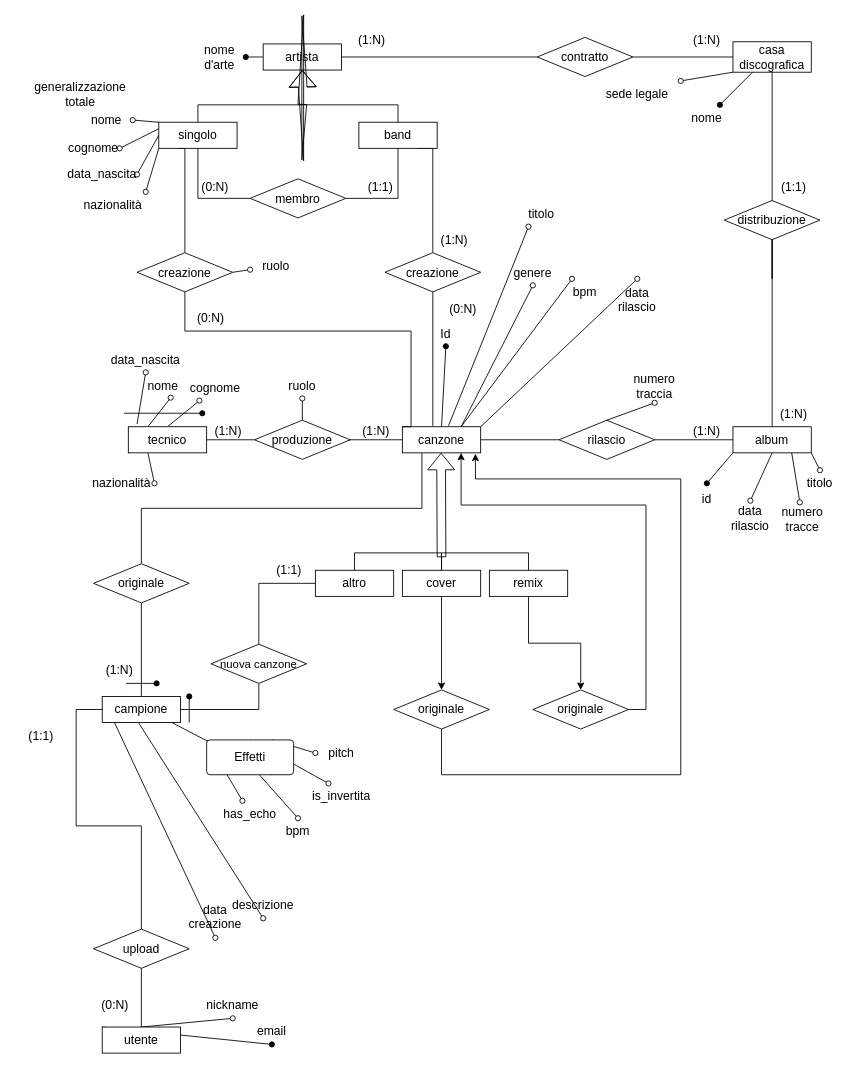
Before: diagramma er v2.drawio in Stef4noo/materiale-progetto-basi, a draw.io diagram. Source tidied: cells renumbered, new cells numbered last; positions are measured from the earlier drawing's top-left corner, leaving out a move shared by most shapes. Both pictures are drawn from the tidied source at 87%, with x=0, y=0 at pixel (15, 26).
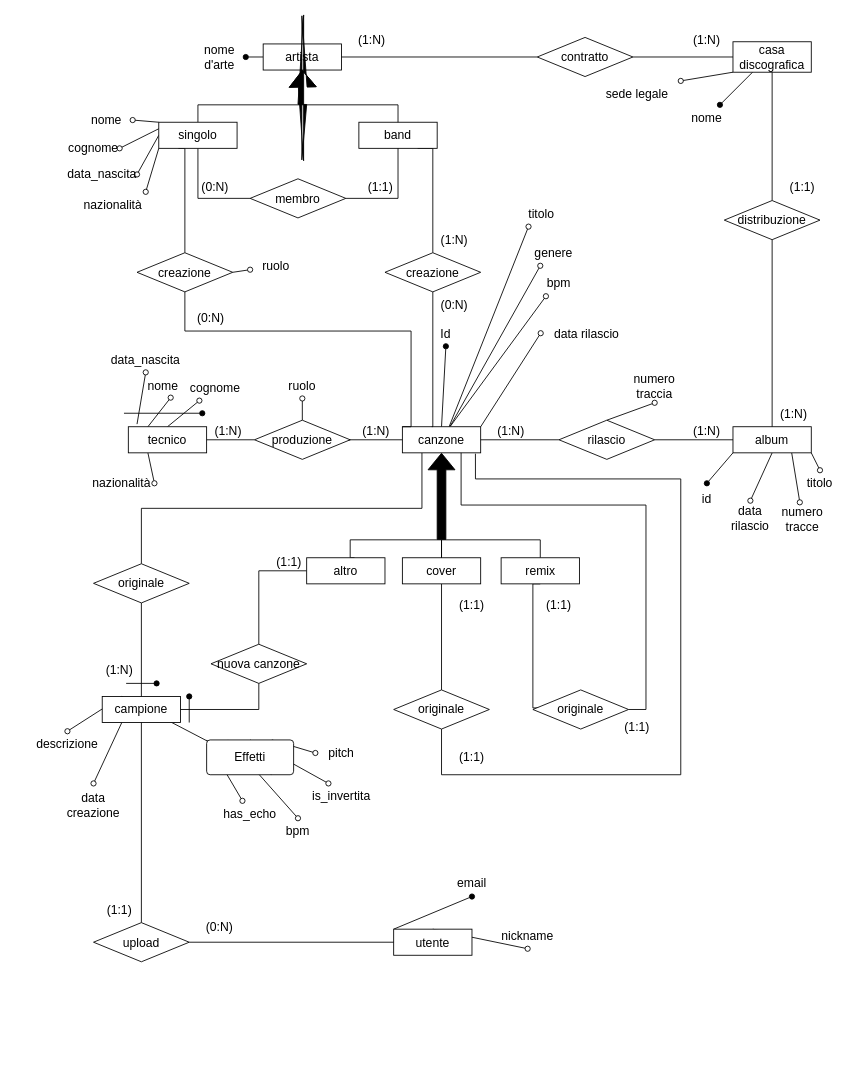
Above is the later version.

Unchanged cells that the change refers to:
```xml
<mxCell id="8" value="canzone" style="whiteSpace=wrap;html=1;align=center;labelBackgroundColor=none;fontSize=14;" parent="1" vertex="1">
  <mxGeometry x="445" y="460" width="90" height="30" as="geometry" />
</mxCell>
<mxCell id="17" value="campione" style="whiteSpace=wrap;html=1;align=center;labelBackgroundColor=none;fontSize=14;" parent="1" vertex="1">
  <mxGeometry x="100" y="770" width="90" height="30" as="geometry" />
</mxCell>
<mxCell id="61" value="casa discografica" style="whiteSpace=wrap;html=1;align=center;labelBackgroundColor=none;fontSize=14;" parent="1" vertex="1">
  <mxGeometry x="825" y="17.5" width="90" height="35" as="geometry" />
</mxCell>
<mxCell id="66" value="distribuzione" style="shape=rhombus;perimeter=rhombusPerimeter;whiteSpace=wrap;html=1;align=center;labelBackgroundColor=none;fontSize=14;" parent="1" vertex="1">
  <mxGeometry x="815" y="200" width="110" height="45" as="geometry" />
</mxCell>
<mxCell id="95" value="titolo" style="text;html=1;whiteSpace=wrap;strokeColor=none;fillColor=none;align=center;verticalAlign=middle;rounded=0;fontSize=14;" parent="1" vertex="1">
  <mxGeometry x="575" y="200" width="60" height="30" as="geometry" />
</mxCell>
<mxCell id="122" value="creazione" style="shape=rhombus;perimeter=rhombusPerimeter;whiteSpace=wrap;html=1;align=center;labelBackgroundColor=none;fontSize=14;" parent="1" vertex="1">
  <mxGeometry x="425" y="260" width="110" height="45" as="geometry" />
</mxCell>
<mxCell id="135" value="originale" style="shape=rhombus;perimeter=rhombusPerimeter;whiteSpace=wrap;html=1;align=center;labelBackgroundColor=none;fontSize=14;" parent="1" vertex="1">
  <mxGeometry x="435" y="762.5" width="110" height="45" as="geometry" />
</mxCell>
<mxCell id="137" value="originale" style="shape=rhombus;perimeter=rhombusPerimeter;whiteSpace=wrap;html=1;align=center;labelBackgroundColor=none;fontSize=14;" parent="1" vertex="1">
  <mxGeometry x="595" y="762.5" width="110" height="45" as="geometry" />
</mxCell>
```

Diff of the diagram source:
```diff
@@
-    <mxCell id="3" style="rounded=0;jettySize=auto;html=1;exitX=1;exitY=0;exitDx=0;exitDy=0;entryX=0.5;entryY=0;entryDx=0;entryDy=0;endArrow=oval;endFill=0;fontSize=14;" parent="1" edge="1" source="8" target="93">
+    <mxCell id="3" style="rounded=0;jettySize=auto;html=1;exitX=1;exitY=0;exitDx=0;exitDy=0;entryX=0;entryY=0.5;entryDx=0;entryDy=0;endArrow=oval;endFill=0;fontSize=14;" parent="1" edge="1" source="8" target="93">
       <mxGeometry relative="1" as="geometry" />
     </mxCell>
-    <mxCell id="4" style="rounded=0;jettySize=auto;html=1;exitX=0.75;exitY=0;exitDx=0;exitDy=0;endArrow=oval;endFill=0;entryX=0.5;entryY=1;entryDx=0;entryDy=0;fontSize=14;" parent="1" edge="1" source="8" target="94">
+    <mxCell id="4" style="rounded=0;jettySize=auto;html=1;exitX=0.608;exitY=-0.007;exitDx=0;exitDy=0;endArrow=oval;endFill=0;entryX=0.25;entryY=1;entryDx=0;entryDy=0;fontSize=14;exitPerimeter=0;" parent="1" edge="1" source="8" target="94">
       <mxGeometry relative="1" as="geometry" />
     </mxCell>
-    <mxCell id="5" style="rounded=0;jettySize=auto;html=1;exitX=0.589;exitY=-0.033;exitDx=0;exitDy=0;endArrow=oval;endFill=0;entryX=0.25;entryY=1;entryDx=0;entryDy=0;exitPerimeter=0;fontSize=14;" parent="1" edge="1" source="8" target="95">
+    <mxCell id="5" style="rounded=0;jettySize=auto;html=1;exitX=0.597;exitY=0;exitDx=0;exitDy=0;endArrow=oval;endFill=0;entryX=0.25;entryY=1;entryDx=0;entryDy=0;exitPerimeter=0;fontSize=14;" parent="1" edge="1" source="8" target="95">
       <mxGeometry relative="1" as="geometry" />
     </mxCell>
-    <mxCell id="6" style="rounded=0;jettySize=auto;html=1;exitX=0.75;exitY=0;exitDx=0;exitDy=0;endArrow=oval;endFill=0;entryX=0.25;entryY=0;entryDx=0;entryDy=0;fontSize=14;" parent="1" edge="1" source="8" target="111">
+    <mxCell id="6" style="rounded=0;jettySize=auto;html=1;exitX=0.611;exitY=-0.011;exitDx=0;exitDy=0;endArrow=oval;endFill=0;entryX=0.25;entryY=1;entryDx=0;entryDy=0;fontSize=14;exitPerimeter=0;" parent="1" edge="1" source="8" target="111">
       <mxGeometry relative="1" as="geometry" />
     </mxCell>
@@
-    <mxCell id="15" style="rounded=0;jettySize=auto;html=1;exitX=0;exitY=0;exitDx=0;exitDy=0;entryX=0.5;entryY=1;entryDx=0;entryDy=0;endArrow=oval;endFill=0;fontSize=14;" parent="1" edge="1" source="17" target="101">
+    <mxCell id="15" style="rounded=0;jettySize=auto;html=1;exitX=0.25;exitY=1;exitDx=0;exitDy=0;entryX=0.5;entryY=0;entryDx=0;entryDy=0;endArrow=oval;endFill=0;fontSize=14;" parent="1" edge="1" source="17" target="101">
       <mxGeometry relative="1" as="geometry" />
     </mxCell>
-    <mxCell id="16" style="rounded=0;jettySize=auto;html=1;exitX=0.25;exitY=0;exitDx=0;exitDy=0;entryX=0.5;entryY=1;entryDx=0;entryDy=0;endArrow=oval;endFill=0;fontSize=14;" parent="1" edge="1" source="17" target="100">
+    <mxCell id="16" style="rounded=0;jettySize=auto;html=1;exitX=0.25;exitY=0;exitDx=0;exitDy=0;entryX=0.5;entryY=0;entryDx=0;entryDy=0;endArrow=oval;endFill=0;fontSize=14;" parent="1" edge="1" source="17" target="100">
       <mxGeometry relative="1" as="geometry" />
     </mxCell>
@@
-    <mxCell id="27" value="nuova canzone" style="shape=rhombus;perimeter=rhombusPerimeter;whiteSpace=wrap;html=1;align=center;labelBackgroundColor=none;fontSize=13;" parent="1" vertex="1">
+    <mxCell id="27" value="nuova canzone" style="shape=rhombus;perimeter=rhombusPerimeter;whiteSpace=wrap;html=1;align=center;labelBackgroundColor=none;fontSize=14;" parent="1" vertex="1">
       <mxGeometry x="225" y="710" width="110" height="45" as="geometry" />
     </mxCell>
@@
     <mxCell id="30" value="utente" style="whiteSpace=wrap;html=1;align=center;labelBackgroundColor=none;fontSize=14;" parent="1" vertex="1">
-      <mxGeometry x="100" y="1150" width="90" height="30" as="geometry" />
+      <mxGeometry x="435" y="1037.5" width="90" height="30" as="geometry" />
     </mxCell>
-    <mxCell id="31" style="edgeStyle=orthogonalEdgeStyle;rounded=0;jettySize=auto;html=1;entryX=0;entryY=0.5;entryDx=0;entryDy=0;endArrow=none;endFill=0;fontSize=14;" parent="1" edge="1" source="33" target="17">
+    <mxCell id="31" style="edgeStyle=orthogonalEdgeStyle;rounded=0;jettySize=auto;html=1;entryX=0.5;entryY=1;entryDx=0;entryDy=0;endArrow=none;endFill=0;fontSize=14;" parent="1" edge="1" source="33" target="17">
       <mxGeometry relative="1" as="geometry" />
     </mxCell>
-    <mxCell id="32" style="edgeStyle=orthogonalEdgeStyle;rounded=0;jettySize=auto;html=1;exitX=0.5;exitY=1;exitDx=0;exitDy=0;entryX=0.5;entryY=0;entryDx=0;entryDy=0;endArrow=none;endFill=0;fontSize=14;" parent="1" edge="1" source="33" target="30">
+    <mxCell id="32" style="edgeStyle=orthogonalEdgeStyle;rounded=0;jettySize=auto;html=1;exitX=1;exitY=0.5;exitDx=0;exitDy=0;entryX=0;entryY=0.5;entryDx=0;entryDy=0;endArrow=none;endFill=0;fontSize=14;" parent="1" edge="1" source="33" target="30">
       <mxGeometry relative="1" as="geometry" />
     </mxCell>
     <mxCell id="33" value="upload" style="shape=rhombus;perimeter=rhombusPerimeter;whiteSpace=wrap;html=1;align=center;labelBackgroundColor=none;fontSize=14;" parent="1" vertex="1">
-      <mxGeometry x="90" y="1037.5" width="110" height="45" as="geometry" />
+      <mxGeometry x="90" y="1030" width="110" height="45" as="geometry" />
     </mxCell>
@@
-    <mxCell id="57" value="generalizzazione totale" style="text;html=1;whiteSpace=wrap;strokeColor=none;fillColor=none;align=center;verticalAlign=middle;rounded=0;fontSize=14;" parent="1" vertex="1">
-      <mxGeometry x="20" y="62.5" width="110" height="30" as="geometry" />
-    </mxCell>
@@
+    <mxCell id="139" style="edgeStyle=orthogonalEdgeStyle;rounded=0;jettySize=auto;html=1;exitX=0.5;exitY=1;exitDx=0;exitDy=0;entryX=0.5;entryY=0;entryDx=0;entryDy=0;endArrow=none;endFill=0;" parent="1" edge="1" source="61" target="66">
+      <mxGeometry relative="1" as="geometry" />
+    </mxCell>
@@
-    <mxCell id="65" style="edgeStyle=orthogonalEdgeStyle;rounded=0;jettySize=auto;html=1;exitX=0.5;exitY=0;exitDx=0;exitDy=0;entryX=0.5;entryY=1;entryDx=0;entryDy=0;endArrow=none;endFill=0;fontSize=14;" parent="1" edge="1" source="66" target="61">
-      <mxGeometry relative="1" as="geometry">
-        <Array as="points">
-          <mxPoint x="870" y="290" />
-        </Array>
-      </mxGeometry>
-    </mxCell>
@@
     <mxCell id="73" value="(1:1)" style="text;html=1;whiteSpace=wrap;strokeColor=none;fillColor=none;align=center;verticalAlign=middle;rounded=0;fontSize=14;" parent="1" vertex="1">
-      <mxGeometry x="285" y="610" width="60" height="30" as="geometry" />
+      <mxGeometry x="285" y="600" width="60" height="30" as="geometry" />
     </mxCell>
@@
     <mxCell id="76" value="(1:1)" style="text;html=1;whiteSpace=wrap;strokeColor=none;fillColor=none;align=center;verticalAlign=middle;rounded=0;fontSize=14;" parent="1" vertex="1">
-      <mxGeometry x="865" y="170" width="60" height="30" as="geometry" />
+      <mxGeometry x="875" y="170" width="60" height="30" as="geometry" />
     </mxCell>
@@
-    <mxCell id="93" value="&lt;div&gt;data&lt;/div&gt;&lt;div&gt;rilascio&lt;/div&gt;" style="text;html=1;whiteSpace=wrap;strokeColor=none;fillColor=none;align=center;verticalAlign=middle;rounded=0;fontSize=14;" parent="1" vertex="1">
-      <mxGeometry x="685" y="290" width="60" height="47.5" as="geometry" />
+    <mxCell id="93" value="&lt;div&gt;data rilascio&lt;/div&gt;" style="text;html=1;whiteSpace=wrap;strokeColor=none;fillColor=none;align=center;verticalAlign=middle;rounded=0;fontSize=14;" parent="1" vertex="1">
+      <mxGeometry x="604" y="335" width="106" height="35" as="geometry" />
     </mxCell>
     <mxCell id="94" value="genere" style="text;html=1;whiteSpace=wrap;strokeColor=none;fillColor=none;align=center;verticalAlign=middle;rounded=0;fontSize=14;" parent="1" vertex="1">
-      <mxGeometry x="565" y="267.5" width="60" height="30" as="geometry" />
+      <mxGeometry x="588.5" y="245" width="60" height="30" as="geometry" />
     </mxCell>
@@
     <mxCell id="98" value="nickname" style="text;html=1;whiteSpace=wrap;strokeColor=none;fillColor=none;align=center;verticalAlign=middle;rounded=0;fontSize=14;" parent="1" vertex="1">
-      <mxGeometry x="220" y="1110" width="60" height="30" as="geometry" />
+      <mxGeometry x="559" y="1030" width="60" height="30" as="geometry" />
     </mxCell>
     <mxCell id="99" value="email" style="text;html=1;whiteSpace=wrap;strokeColor=none;fillColor=none;align=center;verticalAlign=middle;rounded=0;fontSize=14;" parent="1" vertex="1">
-      <mxGeometry x="265" y="1140" width="60" height="30" as="geometry" />
+      <mxGeometry x="495" y="970" width="60" height="30" as="geometry" />
     </mxCell>
     <mxCell id="100" value="descrizione" style="text;html=1;whiteSpace=wrap;strokeColor=none;fillColor=none;align=center;verticalAlign=middle;rounded=0;fontSize=14;" parent="1" vertex="1">
-      <mxGeometry x="255" y="995" width="60" height="30" as="geometry" />
+      <mxGeometry x="30" y="810" width="60" height="30" as="geometry" />
     </mxCell>
     <mxCell id="101" value="data creazione" style="text;html=1;whiteSpace=wrap;strokeColor=none;fillColor=none;align=center;verticalAlign=middle;rounded=0;fontSize=14;" parent="1" vertex="1">
-      <mxGeometry x="200" y="997.5" width="60" height="50" as="geometry" />
+      <mxGeometry x="60" y="870" width="60" height="50" as="geometry" />
     </mxCell>
@@
     <mxCell id="111" value="bpm" style="text;html=1;whiteSpace=wrap;strokeColor=none;fillColor=none;align=center;verticalAlign=middle;rounded=0;fontSize=14;" parent="1" vertex="1">
-      <mxGeometry x="625" y="290" width="60" height="30" as="geometry" />
+      <mxGeometry x="595" y="280" width="60" height="30" as="geometry" />
     </mxCell>
@@
-    <mxCell id="121" style="edgeStyle=orthogonalEdgeStyle;rounded=0;orthogonalLoop=1;jettySize=auto;html=1;shape=flexArrow;fontSize=14;" parent="1" edge="1">
+    <mxCell id="121" style="edgeStyle=orthogonalEdgeStyle;rounded=0;orthogonalLoop=1;jettySize=auto;html=1;shape=flexArrow;fontSize=14;fillColor=light-dark(#000000,#FFFFFF);" parent="1" edge="1">
       <mxGeometry relative="1" as="geometry">
         <mxPoint x="330" y="90" as="sourcePoint" />
         <mxPoint x="330" y="50" as="targetPoint" />
       </mxGeometry>
     </mxCell>
@@
-    <mxCell id="123" style="edgeStyle=orthogonalEdgeStyle;rounded=0;jettySize=auto;html=1;exitX=0.5;exitY=1;exitDx=0;exitDy=0;entryX=0.389;entryY=-0.033;entryDx=0;entryDy=0;entryPerimeter=0;endArrow=none;endFill=0;fontSize=14;" parent="1" edge="1" source="122" target="8">
-      <mxGeometry relative="1" as="geometry" />
+    <mxCell id="123" style="edgeStyle=orthogonalEdgeStyle;rounded=0;jettySize=auto;html=1;exitX=0.5;exitY=1;exitDx=0;exitDy=0;entryX=0.375;entryY=-0.003;entryDx=0;entryDy=0;entryPerimeter=0;endArrow=none;endFill=0;fontSize=14;" parent="1" edge="1" source="122" target="8">
+      <mxGeometry relative="1" as="geometry">
+        <Array as="points">
+          <mxPoint x="480" y="460" />
+        </Array>
+      </mxGeometry>
     </mxCell>
     <mxCell id="124" value="(0:N)" style="text;html=1;whiteSpace=wrap;strokeColor=none;fillColor=none;align=center;verticalAlign=middle;rounded=0;fontSize=14;" parent="1" vertex="1">
-      <mxGeometry x="485" y="310" width="60" height="30" as="geometry" />
+      <mxGeometry x="475" y="305" width="60" height="30" as="geometry" />
     </mxCell>
+    <mxCell id="126" style="edgeStyle=orthogonalEdgeStyle;rounded=0;jettySize=auto;html=1;exitX=0.5;exitY=1;exitDx=0;exitDy=0;fontSize=14;endArrow=none;endFill=0;" parent="1" edge="1" source="127" target="135">
+      <mxGeometry relative="1" as="geometry" />
+    </mxCell>
     <mxCell id="125" style="edgeStyle=orthogonalEdgeStyle;rounded=0;jettySize=auto;html=1;exitX=0.5;exitY=0;exitDx=0;exitDy=0;entryX=0.5;entryY=0;entryDx=0;entryDy=0;endArrow=none;endFill=0;fontSize=14;" parent="1" edge="1" source="127" target="129">
-      <mxGeometry relative="1" as="geometry" />
+      <mxGeometry relative="1" as="geometry">
+        <Array as="points">
+          <mxPoint x="490" y="590" />
+          <mxPoint x="603" y="590" />
+        </Array>
+      </mxGeometry>
     </mxCell>
-    <mxCell id="126" style="edgeStyle=orthogonalEdgeStyle;rounded=0;jettySize=auto;html=1;exitX=0.5;exitY=1;exitDx=0;exitDy=0;fontSize=14;" parent="1" edge="1" source="127" target="135">
-      <mxGeometry relative="1" as="geometry" />
-    </mxCell>
     <mxCell id="127" value="cover" style="whiteSpace=wrap;html=1;align=center;labelBackgroundColor=none;fontSize=14;" parent="1" vertex="1">
-      <mxGeometry x="445" y="625" width="90" height="30" as="geometry" />
+      <mxGeometry x="445" y="610.6" width="90" height="30" as="geometry" />
     </mxCell>
-    <mxCell id="128" style="edgeStyle=orthogonalEdgeStyle;rounded=0;jettySize=auto;html=1;exitX=0.5;exitY=1;exitDx=0;exitDy=0;entryX=0.5;entryY=0;entryDx=0;entryDy=0;fontSize=14;" parent="1" edge="1" source="129" target="137">
-      <mxGeometry relative="1" as="geometry" />
+    <mxCell id="128" style="edgeStyle=orthogonalEdgeStyle;rounded=0;jettySize=auto;html=1;exitX=0.5;exitY=1;exitDx=0;exitDy=0;entryX=0.091;entryY=0.461;entryDx=0;entryDy=0;fontSize=14;endArrow=none;endFill=0;entryPerimeter=0;" parent="1" edge="1" source="129" target="137">
+      <mxGeometry relative="1" as="geometry">
+        <Array as="points">
+          <mxPoint x="595" y="641" />
+          <mxPoint x="595" y="783" />
+        </Array>
+      </mxGeometry>
     </mxCell>
     <mxCell id="129" value="remix" style="whiteSpace=wrap;html=1;align=center;labelBackgroundColor=none;fontSize=14;" parent="1" vertex="1">
-      <mxGeometry x="545" y="625" width="90" height="30" as="geometry" />
+      <mxGeometry x="558.5" y="610.6" width="90" height="30" as="geometry" />
     </mxCell>
-    <mxCell id="130" style="edgeStyle=orthogonalEdgeStyle;rounded=0;jettySize=auto;html=1;exitX=0.5;exitY=0;exitDx=0;exitDy=0;entryX=0.5;entryY=0;entryDx=0;entryDy=0;endArrow=none;endFill=0;fontSize=14;" parent="1" edge="1" source="131" target="127">
-      <mxGeometry relative="1" as="geometry" />
-    </mxCell>
+    <mxCell id="140" style="edgeStyle=orthogonalEdgeStyle;rounded=0;jettySize=auto;html=1;exitX=0.5;exitY=0;exitDx=0;exitDy=0;entryX=0.5;entryY=0;entryDx=0;entryDy=0;endArrow=none;endFill=0;fontSize=14;" parent="1" edge="1" target="127">
+      <mxGeometry relative="1" as="geometry">
+        <mxPoint x="390" y="610.6" as="sourcePoint" />
+        <Array as="points">
+          <mxPoint x="385" y="611" />
+          <mxPoint x="385" y="590" />
+          <mxPoint x="490" y="590" />
+        </Array>
+      </mxGeometry>
+    </mxCell>
     <mxCell id="131" value="altro" style="whiteSpace=wrap;html=1;align=center;labelBackgroundColor=none;fontSize=14;" parent="1" vertex="1">
-      <mxGeometry x="345" y="625" width="90" height="30" as="geometry" />
+      <mxGeometry x="335" y="610.6" width="90" height="30" as="geometry" />
     </mxCell>
-    <mxCell id="132" style="shape=flexArrow;endArrow=classic;html=1;rounded=0;fontSize=14;" parent="1" edge="1">
-      <mxGeometry relative="1" as="geometry">
-        <mxPoint x="490" y="610" as="sourcePoint" />
-        <mxPoint x="489.5" y="490" as="targetPoint" />
-      </mxGeometry>
-    </mxCell>
     <mxCell id="133" value="(1:1)" style="text;html=1;whiteSpace=wrap;strokeColor=none;fillColor=none;align=center;verticalAlign=middle;rounded=0;fontSize=14;" parent="1" vertex="1">
-      <mxGeometry y="800" width="60" height="30" as="geometry" />
+      <mxGeometry x="90" y="1000" width="60" height="30" as="geometry" />
     </mxCell>
     <mxCell id="134" value="(0:N)" style="text;html=1;whiteSpace=wrap;strokeColor=none;fillColor=none;align=center;verticalAlign=middle;rounded=0;fontSize=14;" parent="1" vertex="1">
-      <mxGeometry x="85" y="1110" width="60" height="30" as="geometry" />
+      <mxGeometry x="205" y="1020" width="60" height="30" as="geometry" />
     </mxCell>
@@
-    <mxCell id="136" style="edgeStyle=orthogonalEdgeStyle;rounded=0;jettySize=auto;html=1;exitX=1;exitY=0.5;exitDx=0;exitDy=0;entryX=0.75;entryY=1;entryDx=0;entryDy=0;fontSize=14;" parent="1" edge="1" source="137" target="8">
+    <mxCell id="136" style="edgeStyle=orthogonalEdgeStyle;rounded=0;jettySize=auto;html=1;exitX=1;exitY=0.5;exitDx=0;exitDy=0;entryX=0.75;entryY=1;entryDx=0;entryDy=0;fontSize=14;endArrow=none;endFill=0;" parent="1" edge="1" source="137" target="8">
       <mxGeometry relative="1" as="geometry">
         <Array as="points">
           <mxPoint x="725" y="785" />
           <mxPoint x="725" y="550" />
           <mxPoint x="513" y="550" />
         </Array>
       </mxGeometry>
     </mxCell>
@@
-    <mxCell id="138" style="edgeStyle=orthogonalEdgeStyle;rounded=0;jettySize=auto;html=1;exitX=0.5;exitY=1;exitDx=0;exitDy=0;entryX=0.933;entryY=1.033;entryDx=0;entryDy=0;entryPerimeter=0;fontSize=14;" parent="1" edge="1" source="135" target="8">
+    <mxCell id="138" style="edgeStyle=orthogonalEdgeStyle;rounded=0;jettySize=auto;html=1;exitX=0.5;exitY=1;exitDx=0;exitDy=0;entryX=0.933;entryY=1.033;entryDx=0;entryDy=0;entryPerimeter=0;fontSize=14;endArrow=none;endFill=0;" parent="1" edge="1" source="135" target="8">
       <mxGeometry relative="1" as="geometry">
         <Array as="points">
           <mxPoint x="490" y="860" />
           <mxPoint x="765" y="860" />
           <mxPoint x="765" y="520" />
           <mxPoint x="529" y="520" />
         </Array>
       </mxGeometry>
     </mxCell>
+    <mxCell id="141" style="rounded=0;whiteSpace=wrap;html=1;fontSize=14;" parent="1" vertex="1">
+      <mxGeometry x="435" y="585.6" width="110" as="geometry" />
+    </mxCell>
+    <mxCell id="142" style="shape=flexArrow;endArrow=classic;html=1;rounded=0;entryX=0.5;entryY=1;entryDx=0;entryDy=0;fontSize=14;fillColor=light-dark(#000000,#FFFFFF);strokeColor=default;fillStyle=solid;" parent="1" edge="1" target="8">
+      <mxGeometry relative="1" as="geometry">
+        <mxPoint x="490" y="590" as="sourcePoint" />
+      </mxGeometry>
+    </mxCell>
+    <mxCell id="143" value="(1:N)" style="text;html=1;whiteSpace=wrap;strokeColor=none;fillColor=none;align=center;verticalAlign=middle;rounded=0;fontSize=14;" parent="1" vertex="1">
+      <mxGeometry x="540" y="450" width="60" height="30" as="geometry" />
+    </mxCell>
+    <mxCell id="144" value="(1:1)" style="text;html=1;whiteSpace=wrap;strokeColor=none;fillColor=none;align=center;verticalAlign=middle;rounded=0;fontSize=14;" parent="1" vertex="1">
+      <mxGeometry x="495" y="650" width="60" height="30" as="geometry" />
+    </mxCell>
+    <mxCell id="145" value="(1:1)" style="text;html=1;whiteSpace=wrap;strokeColor=none;fillColor=none;align=center;verticalAlign=middle;rounded=0;fontSize=14;" parent="1" vertex="1">
+      <mxGeometry x="595" y="650" width="60" height="30" as="geometry" />
+    </mxCell>
+    <mxCell id="146" value="(1:1)" style="text;html=1;whiteSpace=wrap;strokeColor=none;fillColor=none;align=center;verticalAlign=middle;rounded=0;fontSize=14;" parent="1" vertex="1">
+      <mxGeometry x="495" y="825" width="60" height="30" as="geometry" />
+    </mxCell>
+    <mxCell id="147" value="(1:1)" style="text;html=1;whiteSpace=wrap;strokeColor=none;fillColor=none;align=center;verticalAlign=middle;rounded=0;fontSize=14;" parent="1" vertex="1">
+      <mxGeometry x="685" y="790" width="60" height="30" as="geometry" />
+    </mxCell>
```
